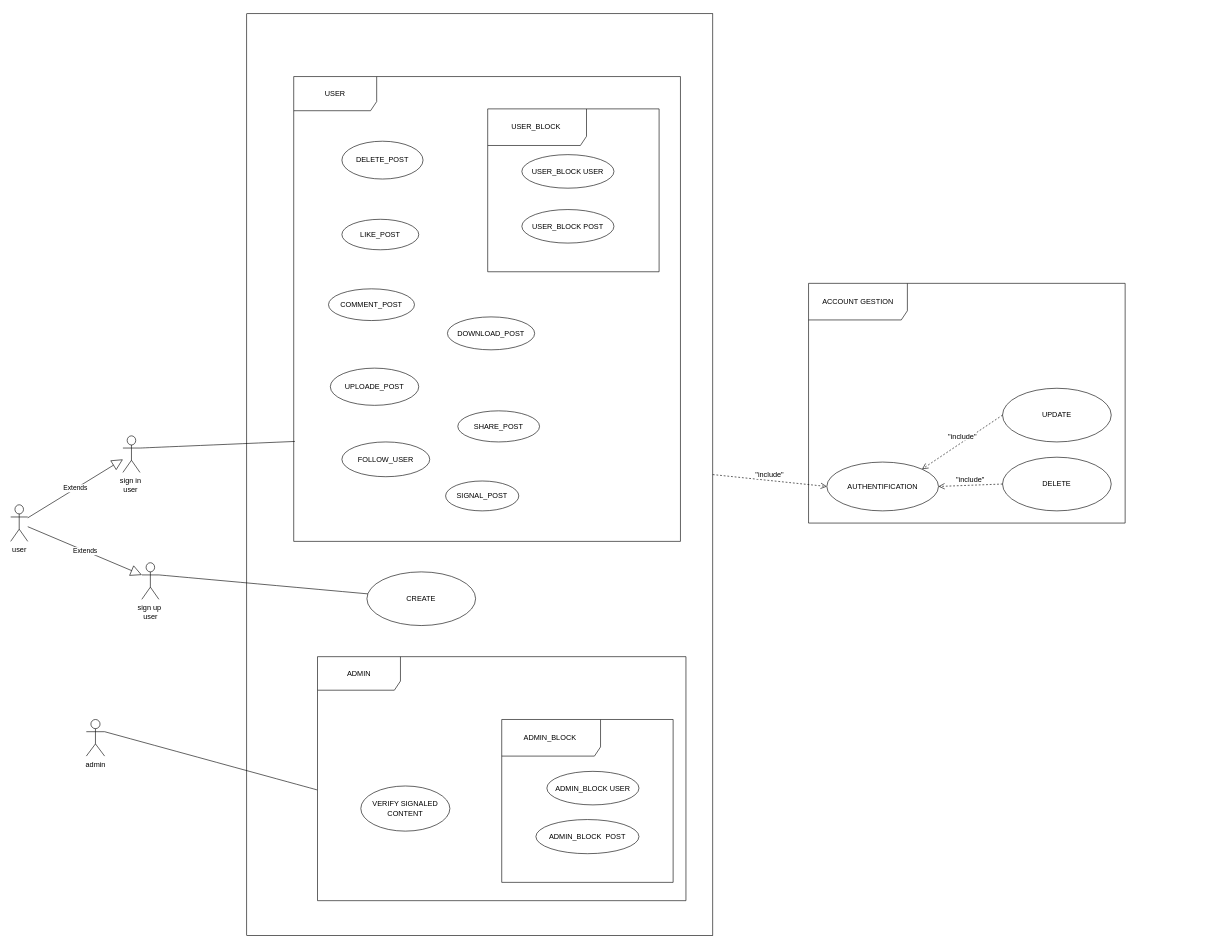
This is page "packet" (2 of 3) of TIkShopDataBase.drawio from Bryann-coder/FlashShop, a draw.io file, before an edit. Source tidied: cells renumbered, new cells numbered last; positions are measured from the earlier drawing's top-left corner, leaving out a move shared by most shapes. Both pictures are drawn from the tidied source at 61%, with x=0, y=0 at pixel (10, 13).
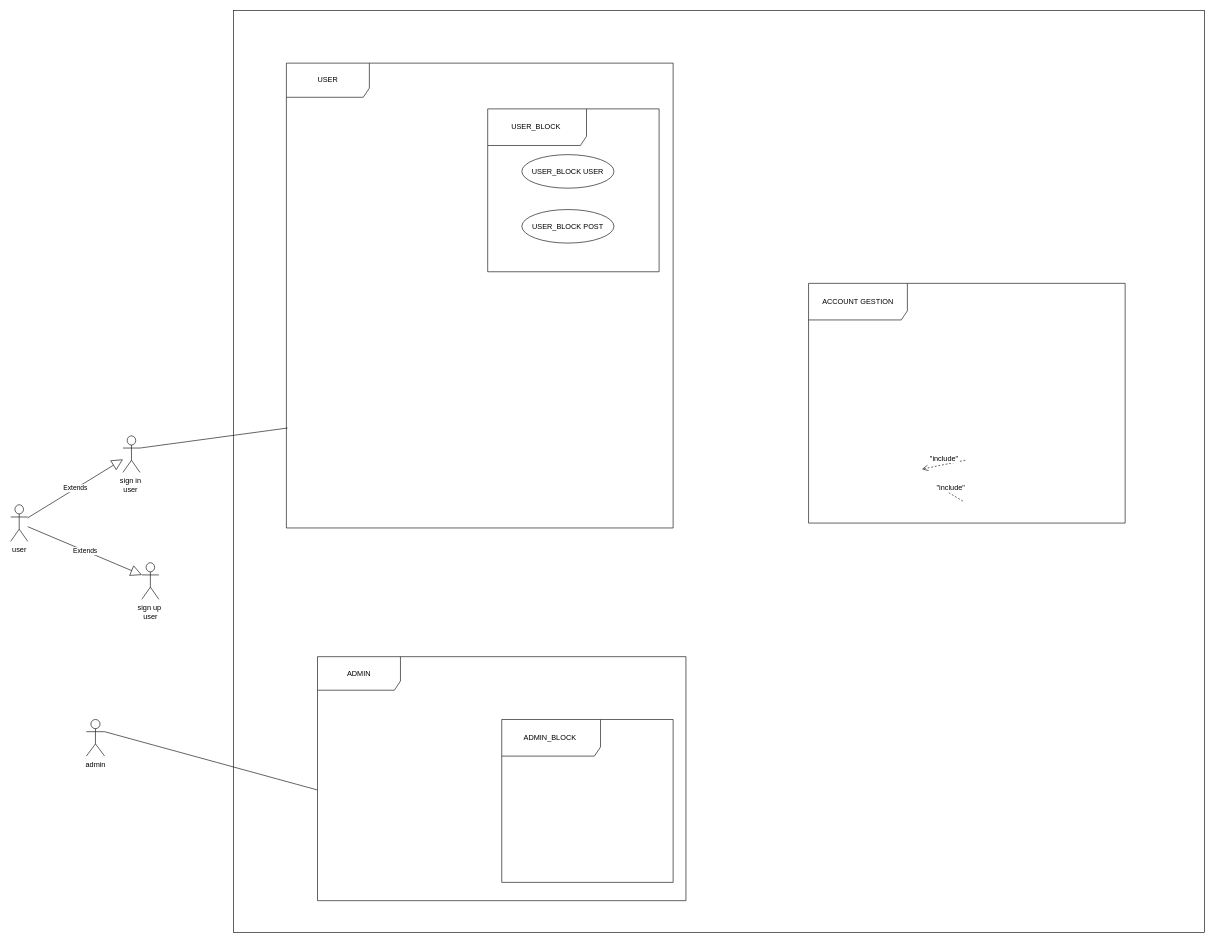
Above is the later version.

Commit message:
Mettre à jour TIkShopDataBase.drawio

Unchanged cells that the change refers to:
```xml
<mxCell id="33" value="sign up&amp;nbsp;&lt;div&gt;user&lt;/div&gt;" style="shape=umlActor;verticalLabelPosition=bottom;verticalAlign=top;html=1;outlineConnect=0;" parent="1" vertex="1">
  <mxGeometry x="215" y="900" width="28" height="60" as="geometry" />
</mxCell>
```

The edit, as a diff of the source:
```diff
@@
     <mxCell id="2" style="rounded=0;whiteSpace=wrap;html=1;" parent="1" vertex="1">
-      <mxGeometry x="387" width="764" height="1511" as="geometry" />
+      <mxGeometry x="365" y="-5" width="1592" height="1511" as="geometry" />
     </mxCell>
@@
-    <mxCell id="5" value="AUTHENTIFICATION" style="ellipse;whiteSpace=wrap;html=1;" parent="1" vertex="1">
-      <mxGeometry x="1338" y="735" width="183" height="80" as="geometry" />
-    </mxCell>
-    <mxCell id="6" value="LIKE_POST" style="ellipse;whiteSpace=wrap;html=1;" parent="1" vertex="1">
-      <mxGeometry x="543" y="337" width="126" height="50" as="geometry" />
-    </mxCell>
-    <mxCell id="7" value="COMMENT_POST" style="ellipse;whiteSpace=wrap;html=1;" parent="1" vertex="1">
-      <mxGeometry x="521" y="451" width="141" height="52" as="geometry" />
-    </mxCell>
-    <mxCell id="8" value="SHARE_POST" style="ellipse;whiteSpace=wrap;html=1;" parent="1" vertex="1">
-      <mxGeometry x="733" y="651" width="134" height="51" as="geometry" />
-    </mxCell>
-    <mxCell id="9" value="DOWNLOAD_POST" style="ellipse;whiteSpace=wrap;html=1;" parent="1" vertex="1">
-      <mxGeometry x="716" y="497" width="143" height="54" as="geometry" />
-    </mxCell>
-    <mxCell id="10" value="UPLOADE_POST" style="ellipse;whiteSpace=wrap;html=1;" parent="1" vertex="1">
-      <mxGeometry x="524" y="581" width="145" height="61" as="geometry" />
-    </mxCell>
-    <mxCell id="11" value="FOLLOW_USER" style="ellipse;whiteSpace=wrap;html=1;" parent="1" vertex="1">
-      <mxGeometry x="543" y="702" width="144" height="57" as="geometry" />
-    </mxCell>
-    <mxCell id="12" value="ADMIN_BLOCK USER" style="ellipse;whiteSpace=wrap;html=1;" parent="1" vertex="1">
-      <mxGeometry x="879" y="1242" width="151" height="55" as="geometry" />
-    </mxCell>
-    <mxCell id="13" value="SIGNAL_POST" style="ellipse;whiteSpace=wrap;html=1;" parent="1" vertex="1">
-      <mxGeometry x="713" y="766" width="120" height="49" as="geometry" />
-    </mxCell>
-    <mxCell id="14" value="VERIFY SIGNALED&lt;div&gt;CONTENT&lt;/div&gt;" style="ellipse;whiteSpace=wrap;html=1;" parent="1" vertex="1">
-      <mxGeometry x="574" y="1266" width="146" height="74" as="geometry" />
-    </mxCell>
-    <mxCell id="15" value="DELETE_POST" style="ellipse;whiteSpace=wrap;html=1;" parent="1" vertex="1">
-      <mxGeometry x="543" y="209" width="133" height="62" as="geometry" />
-    </mxCell>
-    <mxCell id="16" value="&quot;include&quot;" style="html=1;verticalAlign=bottom;endArrow=open;dashed=1;endSize=8;curved=0;rounded=0;fontSize=12;exitX=1;exitY=0.5;exitDx=0;exitDy=0;entryX=0;entryY=0.5;entryDx=0;entryDy=0;" parent="1" edge="1" source="2" target="5">
-      <mxGeometry relative="1" as="geometry" />
-    </mxCell>
-    <mxCell id="17" value="CREATE" style="ellipse;whiteSpace=wrap;html=1;" parent="1" vertex="1">
-      <mxGeometry x="584" y="915" width="178.2" height="88" as="geometry" />
-    </mxCell>
-    <mxCell id="18" value="UPDATE" style="ellipse;whiteSpace=wrap;html=1;" parent="1" vertex="1">
-      <mxGeometry x="1626" y="614" width="178.2" height="88" as="geometry" />
-    </mxCell>
-    <mxCell id="19" value="DELETE" style="ellipse;whiteSpace=wrap;html=1;" parent="1" vertex="1">
-      <mxGeometry x="1626" y="727" width="178.2" height="88" as="geometry" />
-    </mxCell>
-    <mxCell id="20" value="&quot;include&quot;" style="html=1;verticalAlign=bottom;endArrow=open;dashed=1;endSize=8;curved=0;rounded=0;fontSize=12;exitX=0;exitY=0.5;exitDx=0;exitDy=0;entryX=1;entryY=0;entryDx=0;entryDy=0;" parent="1" edge="1" source="18" target="5">
-      <mxGeometry relative="1" as="geometry" />
+    <mxCell id="20" value="&quot;include&quot;" style="html=1;verticalAlign=bottom;endArrow=open;dashed=1;endSize=8;curved=0;rounded=0;fontSize=12;exitX=0;exitY=0.5;exitDx=0;exitDy=0;entryX=1;entryY=0;entryDx=0;entryDy=0;" parent="1" edge="1">
+      <mxGeometry relative="1" as="geometry">
+        <mxPoint x="1565" y="732" as="sourcePoint" />
+        <mxPoint x="1493.9" y="746.6" as="targetPoint" />
+      </mxGeometry>
     </mxCell>
-    <mxCell id="21" value="&quot;include&quot;" style="html=1;verticalAlign=bottom;endArrow=open;dashed=1;endSize=8;curved=0;rounded=0;fontSize=12;exitX=0;exitY=0.5;exitDx=0;exitDy=0;entryX=1;entryY=0.5;entryDx=0;entryDy=0;" parent="1" edge="1" source="19" target="5">
-      <mxGeometry relative="1" as="geometry" />
+    <mxCell id="21" value="&quot;include&quot;" style="html=1;verticalAlign=bottom;endArrow=open;dashed=1;endSize=8;curved=0;rounded=0;fontSize=12;exitX=0;exitY=0.5;exitDx=0;exitDy=0;entryX=1;entryY=0.5;entryDx=0;entryDy=0;" parent="1" edge="1">
+      <mxGeometry relative="1" as="geometry">
+        <mxPoint x="1561" y="799" as="sourcePoint" />
+        <mxPoint x="1521" y="775" as="targetPoint" />
+      </mxGeometry>
     </mxCell>
@@
-    <mxCell id="26" value="ADMIN_BLOCK&amp;nbsp; POST" style="ellipse;whiteSpace=wrap;html=1;" parent="1" vertex="1">
-      <mxGeometry x="861" y="1321" width="169" height="56" as="geometry" />
-    </mxCell>
@@
     <mxCell id="29" value="USER" style="shape=umlFrame;whiteSpace=wrap;html=1;width=136;height=56;" parent="1" vertex="1">
-      <mxGeometry x="464" y="103" width="634" height="762" as="geometry" />
+      <mxGeometry x="452" y="81" width="634" height="762" as="geometry" />
     </mxCell>
@@
-    <mxCell id="36" style="endArrow=none;html=1;rounded=0;fontSize=12;startSize=8;endSize=8;curved=1;exitX=1;exitY=0.3333333333333333;exitDx=0;exitDy=0;exitPerimeter=0;" parent="1" edge="1" source="33" target="17">
-      <mxGeometry relative="1" as="geometry" />
-    </mxCell>
```
